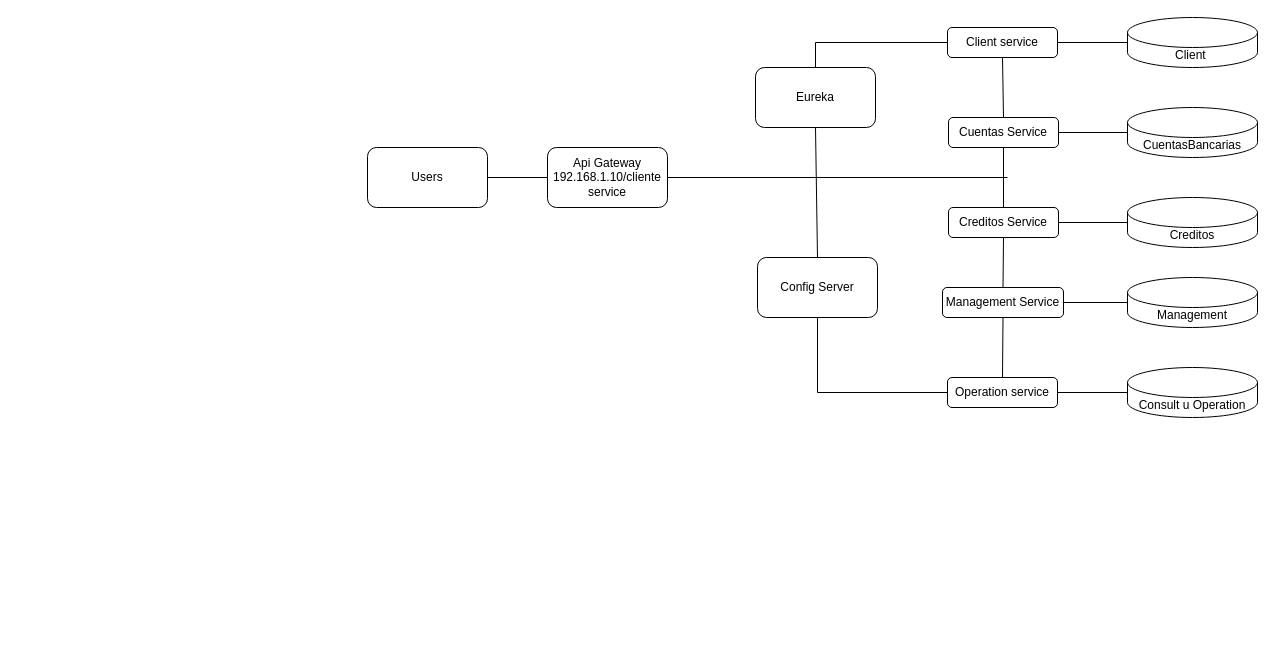
This is Diagraman.drawio from rbenitec/DiagramMicroservice, a draw.io file, before an edit. Source tidied: cells renumbered, new cells numbered last; positions are measured from the earlier drawing's top-left corner, leaving out a move shared by most shapes. Both pictures are drawn from the tidied source at 100%, with x=0, y=0 at pixel (367, 17).
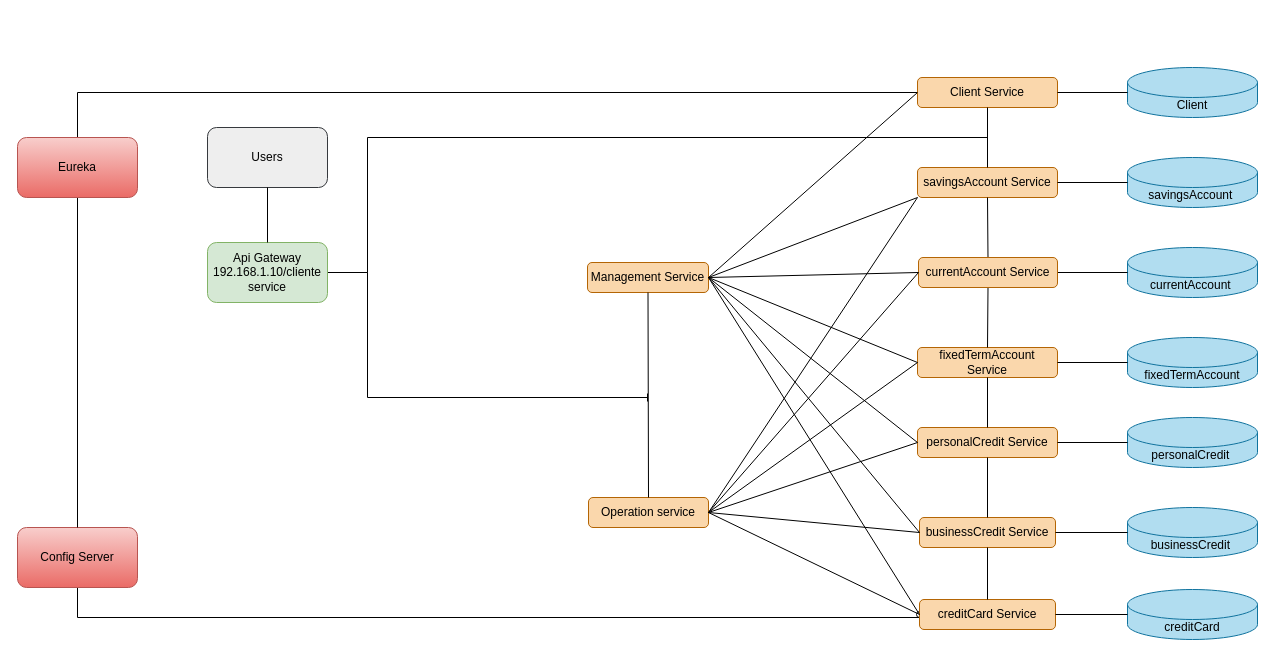
After the change.

The edit, as a diff of the source:
```diff
@@
-    <mxCell id="2" value="Client&amp;nbsp;" style="shape=cylinder3;whiteSpace=wrap;html=1;boundedLbl=1;backgroundOutline=1;size=15;" parent="1" vertex="1">
-      <mxGeometry x="760" width="130" height="50" as="geometry" />
+    <mxCell id="2" value="savingsAccount&amp;nbsp;" style="shape=cylinder3;whiteSpace=wrap;html=1;boundedLbl=1;backgroundOutline=1;size=15;fillColor=#b1ddf0;strokeColor=#10739e;" parent="1" vertex="1">
+      <mxGeometry x="760" y="140" width="130" height="50" as="geometry" />
     </mxCell>
-    <mxCell id="3" value="CuentasBancarias" style="shape=cylinder3;whiteSpace=wrap;html=1;boundedLbl=1;backgroundOutline=1;size=15;" parent="1" vertex="1">
-      <mxGeometry x="760" y="90" width="130" height="50" as="geometry" />
+    <mxCell id="3" value="currentAccount&amp;nbsp;" style="shape=cylinder3;whiteSpace=wrap;html=1;boundedLbl=1;backgroundOutline=1;size=15;fillColor=#b1ddf0;strokeColor=#10739e;" parent="1" vertex="1">
+      <mxGeometry x="760" y="230" width="130" height="50" as="geometry" />
     </mxCell>
-    <mxCell id="4" value="Creditos" style="shape=cylinder3;whiteSpace=wrap;html=1;boundedLbl=1;backgroundOutline=1;size=15;" parent="1" vertex="1">
-      <mxGeometry x="760" y="180" width="130" height="50" as="geometry" />
+    <mxCell id="4" value="fixedTermAccount" style="shape=cylinder3;whiteSpace=wrap;html=1;boundedLbl=1;backgroundOutline=1;size=15;fillColor=#b1ddf0;strokeColor=#10739e;" parent="1" vertex="1">
+      <mxGeometry x="760" y="320" width="130" height="50" as="geometry" />
     </mxCell>
-    <mxCell id="5" value="Consult u Operation" style="shape=cylinder3;whiteSpace=wrap;html=1;boundedLbl=1;backgroundOutline=1;size=15;" parent="1" vertex="1">
-      <mxGeometry x="760" y="350" width="130" height="50" as="geometry" />
+    <mxCell id="5" value="businessCredit&amp;nbsp;" style="shape=cylinder3;whiteSpace=wrap;html=1;boundedLbl=1;backgroundOutline=1;size=15;fillColor=#b1ddf0;strokeColor=#10739e;" parent="1" vertex="1">
+      <mxGeometry x="760" y="490" width="130" height="50" as="geometry" />
     </mxCell>
-    <mxCell id="6" value="Management" style="shape=cylinder3;whiteSpace=wrap;html=1;boundedLbl=1;backgroundOutline=1;size=15;" parent="1" vertex="1">
-      <mxGeometry x="760" y="260" width="130" height="50" as="geometry" />
+    <mxCell id="6" value="personalCredit&amp;nbsp;" style="shape=cylinder3;whiteSpace=wrap;html=1;boundedLbl=1;backgroundOutline=1;size=15;fillColor=#b1ddf0;strokeColor=#10739e;" parent="1" vertex="1">
+      <mxGeometry x="760" y="400" width="130" height="50" as="geometry" />
     </mxCell>
-    <mxCell id="7" value="Client service" style="rounded=1;whiteSpace=wrap;html=1;" parent="1" vertex="1">
-      <mxGeometry x="580" y="10" width="110" height="30" as="geometry" />
+    <mxCell id="7" value="savingsAccount Service&lt;br&gt;" style="rounded=1;whiteSpace=wrap;html=1;fillColor=#fad7ac;strokeColor=#b46504;" parent="1" vertex="1">
+      <mxGeometry x="550" y="150" width="140" height="30" as="geometry" />
     </mxCell>
-    <mxCell id="8" value="Cuentas Service" style="rounded=1;whiteSpace=wrap;html=1;" parent="1" vertex="1">
-      <mxGeometry x="581" y="100" width="110" height="30" as="geometry" />
-    </mxCell>
-    <mxCell id="9" value="Creditos Service" style="rounded=1;whiteSpace=wrap;html=1;" parent="1" vertex="1">
-      <mxGeometry x="581" y="190" width="110" height="30" as="geometry" />
+    <mxCell id="9" value="fixedTermAccount Service" style="rounded=1;whiteSpace=wrap;html=1;fillColor=#fad7ac;strokeColor=#b46504;" parent="1" vertex="1">
+      <mxGeometry x="550" y="330" width="140" height="30" as="geometry" />
     </mxCell>
-    <mxCell id="10" value="Management Service" style="rounded=1;whiteSpace=wrap;html=1;" parent="1" vertex="1">
-      <mxGeometry x="575" y="270" width="121" height="30" as="geometry" />
+    <mxCell id="10" value="Management Service" style="rounded=1;whiteSpace=wrap;html=1;fillColor=#fad7ac;strokeColor=#b46504;" parent="1" vertex="1">
+      <mxGeometry x="220" y="245" width="121" height="30" as="geometry" />
     </mxCell>
-    <mxCell id="11" value="Operation service" style="rounded=1;whiteSpace=wrap;html=1;" parent="1" vertex="1">
-      <mxGeometry x="580" y="360" width="110" height="30" as="geometry" />
+    <mxCell id="11" value="Operation service" style="rounded=1;whiteSpace=wrap;html=1;fillColor=#fad7ac;strokeColor=#b46504;" parent="1" vertex="1">
+      <mxGeometry x="221" y="480" width="120" height="30" as="geometry" />
     </mxCell>
-    <mxCell id="12" style="endArrow=none;html=1;rounded=0;entryX=0.5;entryY=1;entryDx=0;entryDy=0;exitX=0.5;exitY=0;exitDx=0;exitDy=0;" parent="1" edge="1" source="8" target="7">
+    <mxCell id="12" style="endArrow=none;html=1;rounded=0;entryX=0.5;entryY=1;entryDx=0;entryDy=0;exitX=0.5;exitY=0;exitDx=0;exitDy=0;" parent="1" edge="1" source="43" target="7">
       <mxGeometry relative="1" as="geometry" />
     </mxCell>
-    <mxCell id="13" style="endArrow=none;html=1;rounded=0;entryX=0.5;entryY=1;entryDx=0;entryDy=0;exitX=0.5;exitY=0;exitDx=0;exitDy=0;" parent="1" edge="1" source="10" target="9">
-      <mxGeometry relative="1" as="geometry" />
-    </mxCell>
-    <mxCell id="14" style="endArrow=none;html=1;rounded=0;entryX=0.5;entryY=1;entryDx=0;entryDy=0;exitX=0.5;exitY=0;exitDx=0;exitDy=0;" parent="1" edge="1" source="11" target="10">
-      <mxGeometry relative="1" as="geometry" />
-    </mxCell>
-    <mxCell id="15" value="Eureka" style="rounded=1;whiteSpace=wrap;html=1;" parent="1" vertex="1">
-      <mxGeometry x="388" y="50" width="120" height="60" as="geometry" />
-    </mxCell>
+    <mxCell id="30" style="edgeStyle=orthogonalEdgeStyle;jettySize=auto;html=1;entryX=0;entryY=0.5;entryDx=0;entryDy=0;strokeColor=default;rounded=0;endArrow=oval;endFill=0;exitX=0.5;exitY=1;exitDx=0;exitDy=0;" parent="1" edge="1" source="16" target="36">
+      <mxGeometry relative="1" as="geometry">
+        <Array as="points">
+          <mxPoint x="-290" y="600" />
+          <mxPoint x="552" y="600" />
+        </Array>
+      </mxGeometry>
+    </mxCell>
-    <mxCell id="16" value="Config Server" style="rounded=1;whiteSpace=wrap;html=1;" parent="1" vertex="1">
-      <mxGeometry x="390" y="240" width="120" height="60" as="geometry" />
+    <mxCell id="16" value="Config Server" style="rounded=1;whiteSpace=wrap;html=1;fillColor=#f8cecc;gradientColor=#ea6b66;strokeColor=#b85450;" parent="1" vertex="1">
+      <mxGeometry x="-350" y="510" width="120" height="60" as="geometry" />
     </mxCell>
@@
-    <mxCell id="18" style="endArrow=none;html=1;rounded=0;entryX=0.5;entryY=1;entryDx=0;entryDy=0;exitX=0;exitY=0.5;exitDx=0;exitDy=0;" parent="1" edge="1" source="11" target="16">
-      <mxGeometry relative="1" as="geometry">
-        <Array as="points">
-          <mxPoint x="450" y="375" />
-        </Array>
-      </mxGeometry>
-    </mxCell>
-    <mxCell id="19" style="endArrow=none;html=1;rounded=0;entryX=0;entryY=0.5;entryDx=0;entryDy=0;exitX=0.5;exitY=0;exitDx=0;exitDy=0;entryPerimeter=0;" parent="1" edge="1" source="15" target="7">
+    <mxCell id="19" style="endArrow=none;html=1;rounded=0;exitX=0.5;exitY=0;exitDx=0;exitDy=0;entryX=0;entryY=0.5;entryDx=0;entryDy=0;" parent="1" edge="1" source="15" target="56">
       <mxGeometry relative="1" as="geometry">
         <Array as="points">
-          <mxPoint x="448" y="25" />
+          <mxPoint x="-290" y="75" />
         </Array>
       </mxGeometry>
     </mxCell>
+    <mxCell id="31" style="edgeStyle=orthogonalEdgeStyle;rounded=0;jettySize=auto;html=1;endArrow=baseDash;endFill=0;strokeColor=default;" parent="1" edge="1" source="20">
+      <mxGeometry relative="1" as="geometry">
+        <mxPoint x="620" y="120" as="targetPoint" />
+        <Array as="points">
+          <mxPoint y="255" />
+          <mxPoint y="120" />
+        </Array>
+      </mxGeometry>
+    </mxCell>
+    <mxCell id="32" style="edgeStyle=orthogonalEdgeStyle;rounded=0;jettySize=auto;html=1;endArrow=baseDash;endFill=0;strokeColor=default;" parent="1" edge="1" source="20">
+      <mxGeometry relative="1" as="geometry">
+        <mxPoint x="280" y="380" as="targetPoint" />
+        <Array as="points">
+          <mxPoint y="255" />
+          <mxPoint y="380" />
+        </Array>
+      </mxGeometry>
+    </mxCell>
-    <mxCell id="20" value="Api Gateway&lt;br&gt;192.168.1.10/cliente service" style="rounded=1;whiteSpace=wrap;html=1;" parent="1" vertex="1">
-      <mxGeometry x="180" y="130" width="120" height="60" as="geometry" />
+    <mxCell id="20" value="Api Gateway&lt;br&gt;192.168.1.10/cliente service" style="rounded=1;whiteSpace=wrap;html=1;fillColor=#d5e8d4;strokeColor=#82b366;" parent="1" vertex="1">
+      <mxGeometry x="-160" y="225" width="120" height="60" as="geometry" />
     </mxCell>
-    <mxCell id="21" style="endArrow=none;html=1;rounded=0;exitX=1;exitY=0.5;exitDx=0;exitDy=0;" parent="1" edge="1" source="20">
-      <mxGeometry relative="1" as="geometry">
-        <mxPoint x="640" y="160" as="targetPoint" />
-      </mxGeometry>
-    </mxCell>
-    <mxCell id="22" value="Users" style="rounded=1;whiteSpace=wrap;html=1;" parent="1" vertex="1">
-      <mxGeometry y="130" width="120" height="60" as="geometry" />
+    <mxCell id="22" value="Users" style="rounded=1;whiteSpace=wrap;html=1;fillColor=#eeeeee;strokeColor=#36393d;" parent="1" vertex="1">
+      <mxGeometry x="-160" y="110" width="120" height="60" as="geometry" />
     </mxCell>
-    <mxCell id="23" style="endArrow=none;html=1;rounded=0;entryX=0;entryY=0.5;entryDx=0;entryDy=0;exitX=1;exitY=0.5;exitDx=0;exitDy=0;" parent="1" edge="1" source="22" target="20">
-      <mxGeometry relative="1" as="geometry" />
-    </mxCell>
@@
-    <mxCell id="25" style="endArrow=none;html=1;rounded=0;entryX=0;entryY=0.5;entryDx=0;entryDy=0;entryPerimeter=0;exitX=1;exitY=0.5;exitDx=0;exitDy=0;" parent="1" edge="1" source="8" target="3">
+    <mxCell id="25" style="endArrow=none;html=1;rounded=0;entryX=0;entryY=0.5;entryDx=0;entryDy=0;entryPerimeter=0;exitX=1;exitY=0.5;exitDx=0;exitDy=0;" parent="1" edge="1" source="43" target="3">
       <mxGeometry relative="1" as="geometry" />
     </mxCell>
@@
-    <mxCell id="27" style="endArrow=none;html=1;rounded=0;exitX=1;exitY=0.5;exitDx=0;exitDy=0;" parent="1" edge="1" source="10">
-      <mxGeometry relative="1" as="geometry">
-        <mxPoint x="760" y="285" as="targetPoint" />
-      </mxGeometry>
-    </mxCell>
-    <mxCell id="28" style="endArrow=none;html=1;rounded=0;entryX=0;entryY=0.5;entryDx=0;entryDy=0;entryPerimeter=0;exitX=1;exitY=0.5;exitDx=0;exitDy=0;" parent="1" edge="1" source="11" target="5">
-      <mxGeometry relative="1" as="geometry" />
-    </mxCell>
-    <mxCell id="29" style="endArrow=none;html=1;rounded=0;entryX=0.5;entryY=1;entryDx=0;entryDy=0;exitX=0.5;exitY=0;exitDx=0;exitDy=0;" parent="1" edge="1" source="9" target="8">
+    <mxCell id="29" style="endArrow=none;html=1;rounded=0;entryX=0.5;entryY=1;entryDx=0;entryDy=0;exitX=0.5;exitY=0;exitDx=0;exitDy=0;" parent="1" edge="1" source="9" target="43">
       <mxGeometry relative="1" as="geometry" />
     </mxCell>
+    <mxCell id="33" value="businessCredit Service" style="rounded=1;whiteSpace=wrap;html=1;fillColor=#fad7ac;strokeColor=#b46504;" parent="1" vertex="1">
+      <mxGeometry x="552" y="500" width="136" height="30" as="geometry" />
+    </mxCell>
+    <mxCell id="34" value="personalCredit Service" style="rounded=1;whiteSpace=wrap;html=1;fillColor=#fad7ac;strokeColor=#b46504;" parent="1" vertex="1">
+      <mxGeometry x="550" y="410" width="140" height="30" as="geometry" />
+    </mxCell>
+    <mxCell id="35" value="creditCard" style="shape=cylinder3;whiteSpace=wrap;html=1;boundedLbl=1;backgroundOutline=1;size=15;fillColor=#b1ddf0;strokeColor=#10739e;" parent="1" vertex="1">
+      <mxGeometry x="760" y="572" width="130" height="50" as="geometry" />
+    </mxCell>
+    <mxCell id="36" value="creditCard Service" style="rounded=1;whiteSpace=wrap;html=1;fillColor=#fad7ac;strokeColor=#b46504;" parent="1" vertex="1">
+      <mxGeometry x="552" y="582" width="136" height="30" as="geometry" />
+    </mxCell>
+    <mxCell id="37" style="endArrow=none;html=1;rounded=0;entryX=0;entryY=0.5;entryDx=0;entryDy=0;entryPerimeter=0;exitX=1;exitY=0.5;exitDx=0;exitDy=0;" parent="1" edge="1" source="34" target="6">
+      <mxGeometry relative="1" as="geometry" />
+    </mxCell>
+    <mxCell id="38" style="endArrow=none;html=1;rounded=0;entryX=0;entryY=0.5;entryDx=0;entryDy=0;entryPerimeter=0;exitX=1;exitY=0.5;exitDx=0;exitDy=0;" parent="1" edge="1" source="33" target="5">
+      <mxGeometry relative="1" as="geometry" />
+    </mxCell>
+    <mxCell id="39" style="endArrow=none;html=1;rounded=0;entryX=0;entryY=0.5;entryDx=0;entryDy=0;entryPerimeter=0;exitX=1;exitY=0.5;exitDx=0;exitDy=0;" parent="1" edge="1" source="36" target="35">
+      <mxGeometry relative="1" as="geometry" />
+    </mxCell>
+    <mxCell id="40" style="endArrow=none;html=1;rounded=0;entryX=0.5;entryY=1;entryDx=0;entryDy=0;" parent="1" edge="1" source="34" target="9">
+      <mxGeometry relative="1" as="geometry" />
+    </mxCell>
+    <mxCell id="41" style="endArrow=none;html=1;rounded=0;entryX=0.5;entryY=1;entryDx=0;entryDy=0;exitX=0.5;exitY=0;exitDx=0;exitDy=0;" parent="1" edge="1" source="33" target="34">
+      <mxGeometry relative="1" as="geometry" />
+    </mxCell>
+    <mxCell id="42" style="endArrow=none;html=1;rounded=0;entryX=0.5;entryY=1;entryDx=0;entryDy=0;exitX=0.5;exitY=0;exitDx=0;exitDy=0;" parent="1" edge="1" source="36" target="33">
+      <mxGeometry relative="1" as="geometry" />
+    </mxCell>
+    <mxCell id="43" value="currentAccount Service" style="rounded=1;whiteSpace=wrap;html=1;fillColor=#fad7ac;strokeColor=#b46504;" parent="1" vertex="1">
+      <mxGeometry x="551" y="240" width="139" height="30" as="geometry" />
+    </mxCell>
+    <mxCell id="44" style="endArrow=none;html=1;rounded=0;strokeColor=default;entryX=0;entryY=1;entryDx=0;entryDy=0;exitX=1;exitY=0.5;exitDx=0;exitDy=0;" parent="1" edge="1" source="10" target="7">
+      <mxGeometry relative="1" as="geometry" />
+    </mxCell>
+    <mxCell id="45" style="endArrow=none;html=1;rounded=0;strokeColor=default;entryX=0;entryY=0.5;entryDx=0;entryDy=0;exitX=1;exitY=0.5;exitDx=0;exitDy=0;" parent="1" edge="1" source="10" target="43">
+      <mxGeometry relative="1" as="geometry" />
+    </mxCell>
+    <mxCell id="46" style="endArrow=none;html=1;rounded=0;strokeColor=default;entryX=1;entryY=0.5;entryDx=0;entryDy=0;exitX=0;exitY=0.5;exitDx=0;exitDy=0;" parent="1" edge="1" source="9" target="10">
+      <mxGeometry relative="1" as="geometry" />
+    </mxCell>
+    <mxCell id="47" style="endArrow=none;html=1;rounded=0;strokeColor=default;entryX=0;entryY=0.5;entryDx=0;entryDy=0;exitX=1;exitY=0.5;exitDx=0;exitDy=0;" parent="1" edge="1" source="10" target="34">
+      <mxGeometry relative="1" as="geometry" />
+    </mxCell>
+    <mxCell id="48" style="endArrow=none;html=1;rounded=0;strokeColor=default;entryX=1;entryY=0.5;entryDx=0;entryDy=0;exitX=0;exitY=0.5;exitDx=0;exitDy=0;" parent="1" edge="1" source="33" target="10">
+      <mxGeometry relative="1" as="geometry" />
+    </mxCell>
+    <mxCell id="49" style="endArrow=none;html=1;rounded=0;strokeColor=default;entryX=1;entryY=0.5;entryDx=0;entryDy=0;exitX=0;exitY=0.5;exitDx=0;exitDy=0;" parent="1" edge="1" source="36" target="10">
+      <mxGeometry relative="1" as="geometry" />
+    </mxCell>
+    <mxCell id="50" style="endArrow=none;html=1;rounded=0;strokeColor=default;entryX=0;entryY=1;entryDx=0;entryDy=0;exitX=1;exitY=0.5;exitDx=0;exitDy=0;" parent="1" edge="1" source="11" target="7">
+      <mxGeometry relative="1" as="geometry" />
+    </mxCell>
+    <mxCell id="51" style="endArrow=none;html=1;rounded=0;strokeColor=default;entryX=0;entryY=0.5;entryDx=0;entryDy=0;exitX=1;exitY=0.5;exitDx=0;exitDy=0;" parent="1" edge="1" source="11" target="43">
+      <mxGeometry relative="1" as="geometry" />
+    </mxCell>
+    <mxCell id="52" style="endArrow=none;html=1;rounded=0;strokeColor=default;entryX=0;entryY=0.5;entryDx=0;entryDy=0;exitX=1;exitY=0.5;exitDx=0;exitDy=0;" parent="1" edge="1" source="11" target="9">
+      <mxGeometry relative="1" as="geometry" />
+    </mxCell>
+    <mxCell id="53" style="endArrow=none;html=1;rounded=0;strokeColor=default;entryX=0;entryY=0.5;entryDx=0;entryDy=0;exitX=1;exitY=0.5;exitDx=0;exitDy=0;" parent="1" edge="1" source="11" target="34">
+      <mxGeometry relative="1" as="geometry" />
+    </mxCell>
+    <mxCell id="54" style="endArrow=none;html=1;rounded=0;strokeColor=default;entryX=0;entryY=0.5;entryDx=0;entryDy=0;exitX=1;exitY=0.5;exitDx=0;exitDy=0;" parent="1" edge="1" source="11" target="33">
+      <mxGeometry relative="1" as="geometry" />
+    </mxCell>
+    <mxCell id="55" style="endArrow=none;html=1;rounded=0;strokeColor=default;entryX=0;entryY=0.5;entryDx=0;entryDy=0;exitX=1;exitY=0.5;exitDx=0;exitDy=0;" parent="1" edge="1" source="11" target="36">
+      <mxGeometry relative="1" as="geometry" />
+    </mxCell>
+    <mxCell id="56" value="Client Service" style="rounded=1;whiteSpace=wrap;html=1;fillColor=#fad7ac;strokeColor=#b46504;" parent="1" vertex="1">
+      <mxGeometry x="550" y="60" width="140" height="30" as="geometry" />
+    </mxCell>
+    <mxCell id="57" value="Client" style="shape=cylinder3;whiteSpace=wrap;html=1;boundedLbl=1;backgroundOutline=1;size=15;fillColor=#b1ddf0;strokeColor=#10739e;" parent="1" vertex="1">
+      <mxGeometry x="760" y="50" width="130" height="50" as="geometry" />
+    </mxCell>
+    <mxCell id="15" value="Eureka" style="rounded=1;whiteSpace=wrap;html=1;fillColor=#f8cecc;gradientColor=#ea6b66;strokeColor=#b85450;" parent="1" vertex="1">
+      <mxGeometry x="-350" y="120" width="120" height="60" as="geometry" />
+    </mxCell>
+    <mxCell id="58" style="endArrow=none;html=1;rounded=0;strokeColor=default;entryX=0.5;entryY=1;entryDx=0;entryDy=0;exitX=0.5;exitY=0;exitDx=0;exitDy=0;" parent="1" edge="1" source="20" target="22">
+      <mxGeometry relative="1" as="geometry" />
+    </mxCell>
+    <mxCell id="59" style="endArrow=none;html=1;rounded=0;entryX=0;entryY=0.5;entryDx=0;entryDy=0;entryPerimeter=0;exitX=1;exitY=0.5;exitDx=0;exitDy=0;" parent="1" edge="1" source="56" target="57">
+      <mxGeometry relative="1" as="geometry" />
+    </mxCell>
+    <mxCell id="60" style="endArrow=none;html=1;rounded=0;entryX=0.5;entryY=0;entryDx=0;entryDy=0;exitX=0.5;exitY=1;exitDx=0;exitDy=0;" parent="1" edge="1" source="10" target="11">
+      <mxGeometry relative="1" as="geometry" />
+    </mxCell>
+    <mxCell id="61" style="endArrow=none;html=1;rounded=0;entryX=0;entryY=0.5;entryDx=0;entryDy=0;exitX=1;exitY=0.5;exitDx=0;exitDy=0;" parent="1" edge="1" source="10" target="56">
+      <mxGeometry relative="1" as="geometry" />
+    </mxCell>
+    <mxCell id="62" style="endArrow=none;html=1;rounded=0;entryX=0.5;entryY=1;entryDx=0;entryDy=0;exitX=0.5;exitY=0;exitDx=0;exitDy=0;" parent="1" edge="1" source="7" target="56">
+      <mxGeometry relative="1" as="geometry" />
+    </mxCell>
```
